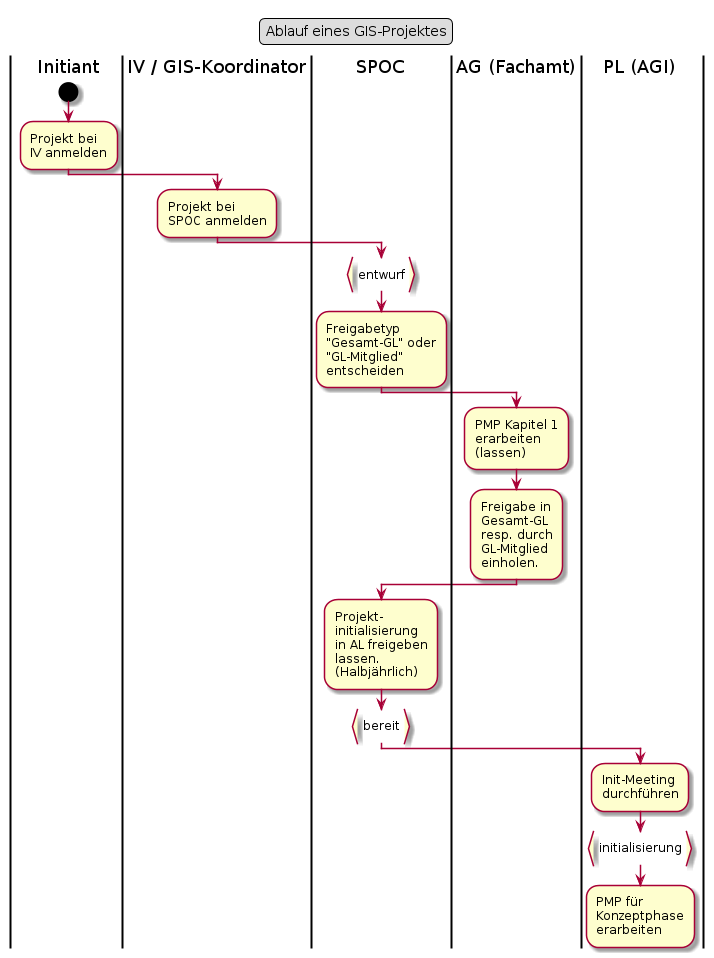
Before: dok/puml_output/flow_gisprojekt_init.png, a diagram exported from PlantUML (ojeker/docktick).
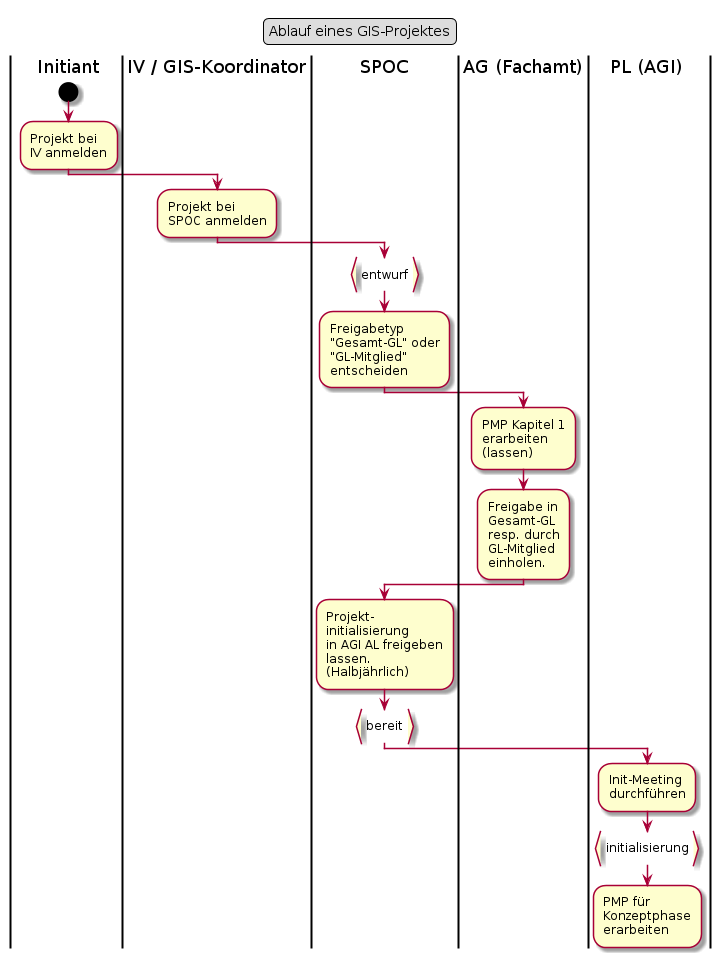
Later version of the same file.

Commit message:
Skript: PUML-Diagramme regeneriert und beigefügt

Diff of the diagram source:
```diff
@@ -31,7 +31,7 @@
 |SPOC|
 :Projekt-
 initialisierung
-in AL freigeben
+in AGI AL freigeben
 lassen.
 (Halbjährlich);
 :bereit}
```
